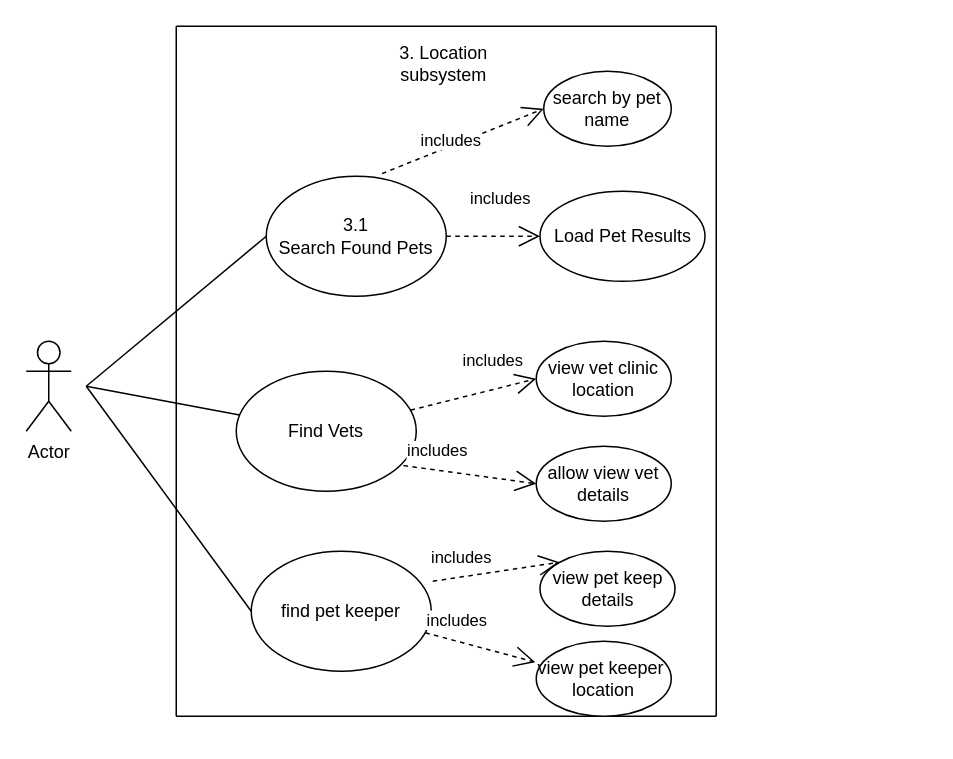
Before: docs/use-case-diagrams/Location.drawio in COS301-SE-2024/TailWaggr, a draw.io diagram. Source tidied: cells renumbered, new cells numbered last; positions are measured from the earlier drawing's top-left corner, leaving out a move shared by most shapes. Both pictures are drawn from the tidied source at 150%, with x=0, y=0 at pixel (26, 26).
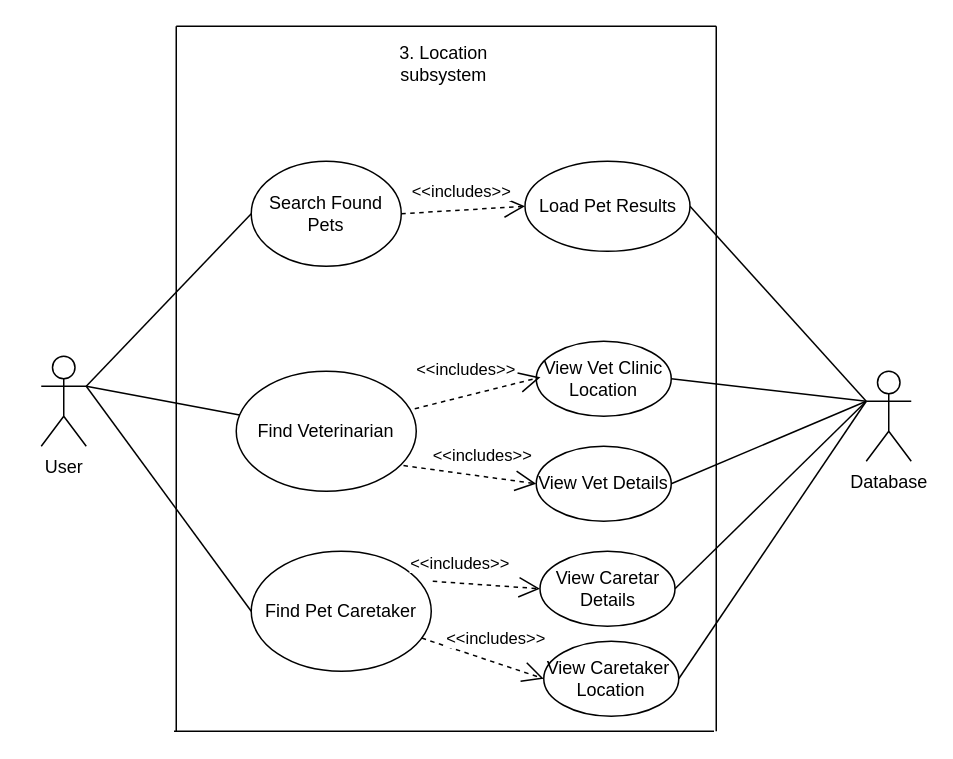
After the change.

Commit message (it also covers changes not shown here):
Altered the Location diagram

What changed in the source:
```diff
@@
-    <mxCell id="2" value="3.1&lt;br&gt;Search Found Pets" style="ellipse;whiteSpace=wrap;html=1;" parent="1" vertex="1">
-      <mxGeometry x="160" y="100" width="120" height="80" as="geometry" />
+    <mxCell id="2" value="Search Found Pets" style="ellipse;whiteSpace=wrap;html=1;" parent="1" vertex="1">
+      <mxGeometry x="150" y="90" width="100" height="70" as="geometry" />
     </mxCell>
-    <mxCell id="3" value="Find Vets" style="ellipse;whiteSpace=wrap;html=1;" parent="1" vertex="1">
+    <mxCell id="3" value="Find Veterinarian" style="ellipse;whiteSpace=wrap;html=1;" parent="1" vertex="1">
       <mxGeometry x="140" y="230" width="120" height="80" as="geometry" />
     </mxCell>
-    <mxCell id="4" value="Actor" style="shape=umlActor;verticalLabelPosition=bottom;verticalAlign=top;html=1;outlineConnect=0;" parent="1" vertex="1">
-      <mxGeometry y="210" width="30" height="60" as="geometry" />
+    <mxCell id="4" value="Database" style="shape=umlActor;verticalLabelPosition=bottom;verticalAlign=top;html=1;outlineConnect=0;" parent="1" vertex="1">
+      <mxGeometry x="560" y="230" width="30" height="60" as="geometry" />
     </mxCell>
@@
     <mxCell id="6" style="endArrow=none;html=1;rounded=0;" parent="1" edge="1">
       <mxGeometry relative="1" as="geometry">
-        <mxPoint x="100" y="460" as="sourcePoint" />
+        <mxPoint x="100" y="470" as="sourcePoint" />
         <mxPoint x="100" as="targetPoint" />
       </mxGeometry>
     </mxCell>
@@
     <mxCell id="8" style="endArrow=none;html=1;rounded=0;" parent="1" edge="1">
       <mxGeometry relative="1" as="geometry">
-        <mxPoint x="460" y="460" as="sourcePoint" />
+        <mxPoint x="460" y="470" as="sourcePoint" />
         <mxPoint x="460" as="targetPoint" />
       </mxGeometry>
     </mxCell>
     <mxCell id="9" style="endArrow=none;html=1;rounded=0;" parent="1" edge="1">
       <mxGeometry relative="1" as="geometry">
-        <mxPoint x="100" y="460" as="sourcePoint" />
-        <mxPoint x="460" y="460" as="targetPoint" />
+        <mxPoint x="98.5" y="470" as="sourcePoint" />
+        <mxPoint x="458.5" y="470" as="targetPoint" />
       </mxGeometry>
     </mxCell>
@@
-    <mxCell id="11" value="search by pet name" style="ellipse;whiteSpace=wrap;html=1;" parent="1" vertex="1">
-      <mxGeometry x="345" y="30" width="85" height="50" as="geometry" />
-    </mxCell>
     <mxCell id="12" value="Load Pet Results" style="ellipse;whiteSpace=wrap;html=1;" parent="1" vertex="1">
-      <mxGeometry x="342.5" y="110" width="110" height="60" as="geometry" />
+      <mxGeometry x="332.5" y="90" width="110" height="60" as="geometry" />
     </mxCell>
-    <mxCell id="13" value="view vet clinic location" style="ellipse;whiteSpace=wrap;html=1;" parent="1" vertex="1">
+    <mxCell id="13" value="View Vet Clinic Location" style="ellipse;whiteSpace=wrap;html=1;" parent="1" vertex="1">
       <mxGeometry x="340" y="210" width="90" height="50" as="geometry" />
     </mxCell>
-    <mxCell id="14" value="allow view vet details" style="ellipse;whiteSpace=wrap;html=1;" parent="1" vertex="1">
+    <mxCell id="14" value="View Vet Details" style="ellipse;whiteSpace=wrap;html=1;" parent="1" vertex="1">
       <mxGeometry x="340" y="280" width="90" height="50" as="geometry" />
     </mxCell>
-    <mxCell id="15" value="includes" style="endArrow=open;endSize=12;dashed=1;html=1;rounded=0;entryX=0;entryY=0.5;entryDx=0;entryDy=0;exitX=0.643;exitY=-0.022;exitDx=0;exitDy=0;exitPerimeter=0;" parent="1" edge="1" source="2" target="11">
-      <mxGeometry x="-0.13" y="3" relative="1" as="geometry" />
-    </mxCell>
-    <mxCell id="16" value="includes" style="endArrow=open;endSize=12;dashed=1;html=1;rounded=0;exitX=1;exitY=0.5;exitDx=0;exitDy=0;entryX=0;entryY=0.5;entryDx=0;entryDy=0;" parent="1" edge="1" source="2" target="12">
-      <mxGeometry x="0.14" y="25" relative="1" as="geometry" />
+    <mxCell id="16" value="&amp;lt;&amp;lt;includes&amp;gt;&amp;gt;" style="endArrow=open;endSize=12;dashed=1;html=1;rounded=0;exitX=1;exitY=0.5;exitDx=0;exitDy=0;entryX=0;entryY=0.5;entryDx=0;entryDy=0;" parent="1" edge="1" source="2" target="12">
+      <mxGeometry x="-0.01" y="13" relative="1" as="geometry" />
     </mxCell>
-    <mxCell id="17" value="includes" style="endArrow=open;endSize=12;dashed=1;html=1;rounded=0;entryX=0;entryY=0.5;entryDx=0;entryDy=0;" parent="1" edge="1" source="3" target="13">
-      <mxGeometry x="0.41" y="19" relative="1" as="geometry" />
+    <mxCell id="17" value="&amp;lt;&amp;lt;includes&amp;gt;&amp;gt;" style="endArrow=open;endSize=12;dashed=1;html=1;rounded=0;entryX=0;entryY=0.5;entryDx=0;entryDy=0;" parent="1" edge="1">
+      <mxGeometry x="-0.09" y="17" relative="1" as="geometry">
+        <mxPoint x="259" y="255" as="sourcePoint" />
+        <mxPoint x="342.8" y="234" as="targetPoint" />
+      </mxGeometry>
     </mxCell>
-    <mxCell id="18" value="includes" style="endArrow=open;endSize=12;dashed=1;html=1;rounded=0;exitX=0.929;exitY=0.786;exitDx=0;exitDy=0;exitPerimeter=0;entryX=0;entryY=0.5;entryDx=0;entryDy=0;" parent="1" edge="1" source="3" target="14">
-      <mxGeometry x="-0.52" y="13" relative="1" as="geometry" />
+    <mxCell id="18" value="&amp;lt;&amp;lt;includes&amp;gt;&amp;gt;" style="endArrow=open;endSize=12;dashed=1;html=1;rounded=0;exitX=0.929;exitY=0.786;exitDx=0;exitDy=0;exitPerimeter=0;entryX=0;entryY=0.5;entryDx=0;entryDy=0;" parent="1" edge="1" source="3" target="14">
+      <mxGeometry x="0.14" y="14" relative="1" as="geometry" />
     </mxCell>
@@
-    <mxCell id="20" value="find pet keeper" style="ellipse;whiteSpace=wrap;html=1;" parent="1" vertex="1">
+    <mxCell id="20" value="Find Pet Caretaker" style="ellipse;whiteSpace=wrap;html=1;" parent="1" vertex="1">
       <mxGeometry x="150" y="350" width="120" height="80" as="geometry" />
     </mxCell>
-    <mxCell id="21" value="view pet keep details" style="ellipse;whiteSpace=wrap;html=1;" parent="1" vertex="1">
+    <mxCell id="21" value="View Caretar Details" style="ellipse;whiteSpace=wrap;html=1;" parent="1" vertex="1">
       <mxGeometry x="342.5" y="350" width="90" height="50" as="geometry" />
     </mxCell>
-    <mxCell id="22" value="view pet keeper&amp;nbsp;&lt;div&gt;location&lt;/div&gt;" style="ellipse;whiteSpace=wrap;html=1;" parent="1" vertex="1">
-      <mxGeometry x="340" y="410" width="90" height="50" as="geometry" />
+    <mxCell id="22" value="View Caretaker&amp;nbsp;&lt;div&gt;Location&lt;/div&gt;" style="ellipse;whiteSpace=wrap;html=1;" parent="1" vertex="1">
+      <mxGeometry x="345" y="410" width="90" height="50" as="geometry" />
     </mxCell>
-    <mxCell id="23" value="includes" style="endArrow=open;endSize=12;dashed=1;html=1;rounded=0;entryX=0;entryY=0;entryDx=0;entryDy=0;" parent="1" edge="1" target="21">
+    <mxCell id="23" value="&amp;lt;&amp;lt;includes&amp;gt;&amp;gt;" style="endArrow=open;endSize=12;dashed=1;html=1;rounded=0;entryX=0;entryY=0.5;entryDx=0;entryDy=0;" parent="1" edge="1" target="21">
       <mxGeometry x="-0.52" y="13" relative="1" as="geometry">
         <mxPoint x="271" y="370" as="sourcePoint" />
       </mxGeometry>
     </mxCell>
-    <mxCell id="24" value="includes" style="endArrow=open;endSize=12;dashed=1;html=1;rounded=0;entryX=-0.007;entryY=0.279;entryDx=0;entryDy=0;entryPerimeter=0;" parent="1" edge="1" source="20" target="22">
-      <mxGeometry x="-0.52" y="13" relative="1" as="geometry" />
+    <mxCell id="24" value="&amp;lt;&amp;lt;includes&amp;gt;&amp;gt;" style="endArrow=open;endSize=12;dashed=1;html=1;rounded=0;entryX=0;entryY=0.5;entryDx=0;entryDy=0;" parent="1" edge="1" source="20" target="22">
+      <mxGeometry x="0.09" y="16" relative="1" as="geometry" />
     </mxCell>
@@
+    <mxCell id="26" value="User" style="shape=umlActor;verticalLabelPosition=bottom;verticalAlign=top;html=1;" parent="1" vertex="1">
+      <mxGeometry x="10" y="220" width="30" height="60" as="geometry" />
+    </mxCell>
+    <mxCell id="27" style="endArrow=none;html=1;rounded=0;entryX=1;entryY=0.5;entryDx=0;entryDy=0;exitX=0;exitY=0.3333333333333333;exitDx=0;exitDy=0;exitPerimeter=0;" parent="1" edge="1" source="4" target="12">
+      <mxGeometry relative="1" as="geometry" />
+    </mxCell>
+    <mxCell id="28" style="endArrow=none;html=1;rounded=0;entryX=1;entryY=0.5;entryDx=0;entryDy=0;" parent="1" edge="1" target="13">
+      <mxGeometry relative="1" as="geometry">
+        <mxPoint x="560" y="250" as="sourcePoint" />
+      </mxGeometry>
+    </mxCell>
+    <mxCell id="29" style="endArrow=none;html=1;rounded=0;entryX=1;entryY=0.5;entryDx=0;entryDy=0;" parent="1" edge="1" target="14">
+      <mxGeometry relative="1" as="geometry">
+        <mxPoint x="560" y="250" as="sourcePoint" />
+      </mxGeometry>
+    </mxCell>
+    <mxCell id="30" style="endArrow=none;html=1;rounded=0;entryX=1;entryY=0.5;entryDx=0;entryDy=0;" parent="1" edge="1" target="21">
+      <mxGeometry relative="1" as="geometry">
+        <mxPoint x="560" y="250" as="sourcePoint" />
+      </mxGeometry>
+    </mxCell>
+    <mxCell id="31" style="endArrow=none;html=1;rounded=0;entryX=1;entryY=0.5;entryDx=0;entryDy=0;" parent="1" edge="1" target="22">
+      <mxGeometry relative="1" as="geometry">
+        <mxPoint x="560" y="250" as="sourcePoint" />
+      </mxGeometry>
+    </mxCell>
```
